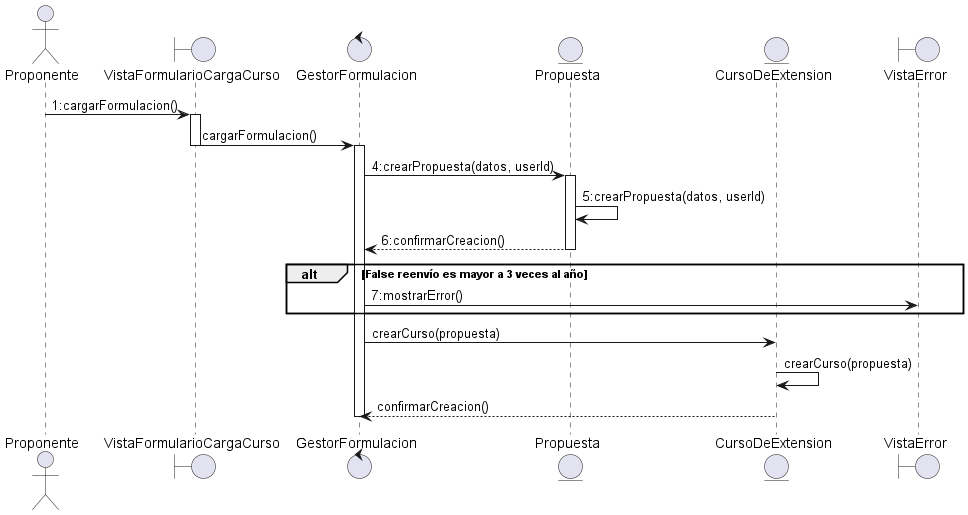
Above: docs/scenariosView/DisciplinaDeDisenio/DiagramaDeSecuenciaCargarFormulacion.png in Samantha-Ramirez/ProyectoEquipo7ING (PlantUML), before the change. Source of this version:
```plantuml
@startuml DiagramaDeSecuenciaCargarFormulacion

actor Proponente
boundary VistaFormularioCargaCurso
control GestorFormulacion
entity Propuesta
entity CursoDeExtension
boundary VistaError

Proponente -> VistaFormularioCargaCurso : 1:cargarFormulacion()
activate VistaFormularioCargaCurso
VistaFormularioCargaCurso -> GestorFormulacion : cargarFormulacion()
deactivate VistaFormularioCargaCurso

activate GestorFormulacion
GestorFormulacion -> Propuesta : 4:crearPropuesta(datos, userId)

activate Propuesta
Propuesta -> Propuesta : 5:crearPropuesta(datos, userId)
Propuesta --> GestorFormulacion : 6:confirmarCreacion()
deactivate Propuesta

alt False reenvío es mayor a 3 veces al año
GestorFormulacion -> VistaError : 7:mostrarError()
end

GestorFormulacion -> CursoDeExtension : crearCurso(propuesta)
CursoDeExtension -> CursoDeExtension : crearCurso(propuesta)
CursoDeExtension --> GestorFormulacion : confirmarCreacion()
deactivate GestorFormulacion

@enduml
```
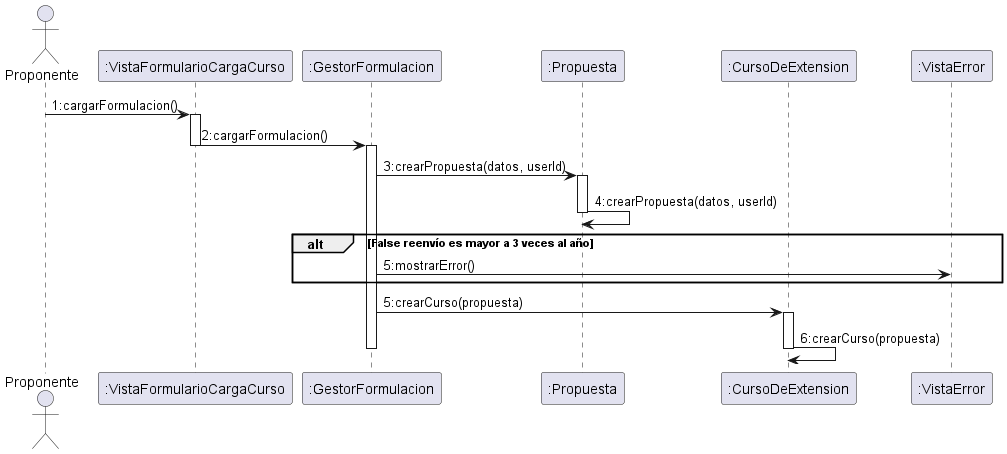
The same diagram one commit later.

Diff of the diagram source:
```diff
@@ -1,32 +1,32 @@
 @startuml DiagramaDeSecuenciaCargarFormulacion
 
 actor Proponente
-boundary VistaFormularioCargaCurso
-control GestorFormulacion
-entity Propuesta
-entity CursoDeExtension
-boundary VistaError
+participant ":VistaFormularioCargaCurso" as VistaFormularioCargaCurso
+participant ":GestorFormulacion" as GestorFormulacion
+participant ":Propuesta" as Propuesta
+participant ":CursoDeExtension" as CursoDeExtension
+participant ":VistaError" as VistaError
 
 Proponente -> VistaFormularioCargaCurso : 1:cargarFormulacion()
 activate VistaFormularioCargaCurso
-VistaFormularioCargaCurso -> GestorFormulacion : cargarFormulacion()
+VistaFormularioCargaCurso -> GestorFormulacion : 2:cargarFormulacion()
 deactivate VistaFormularioCargaCurso
 
 activate GestorFormulacion
-GestorFormulacion -> Propuesta : 4:crearPropuesta(datos, userId)
+GestorFormulacion -> Propuesta : 3:crearPropuesta(datos, userId)
 
 activate Propuesta
-Propuesta -> Propuesta : 5:crearPropuesta(datos, userId)
-Propuesta --> GestorFormulacion : 6:confirmarCreacion()
+Propuesta -> Propuesta : 4:crearPropuesta(datos, userId)
 deactivate Propuesta
 
 alt False reenvío es mayor a 3 veces al año
-GestorFormulacion -> VistaError : 7:mostrarError()
+GestorFormulacion -> VistaError : 5:mostrarError()
 end
 
-GestorFormulacion -> CursoDeExtension : crearCurso(propuesta)
-CursoDeExtension -> CursoDeExtension : crearCurso(propuesta)
-CursoDeExtension --> GestorFormulacion : confirmarCreacion()
+GestorFormulacion -> CursoDeExtension : 5:crearCurso(propuesta)
+activate CursoDeExtension
+CursoDeExtension -> CursoDeExtension : 6:crearCurso(propuesta)
+deactivate CursoDeExtension
 deactivate GestorFormulacion
 
 @enduml
```
